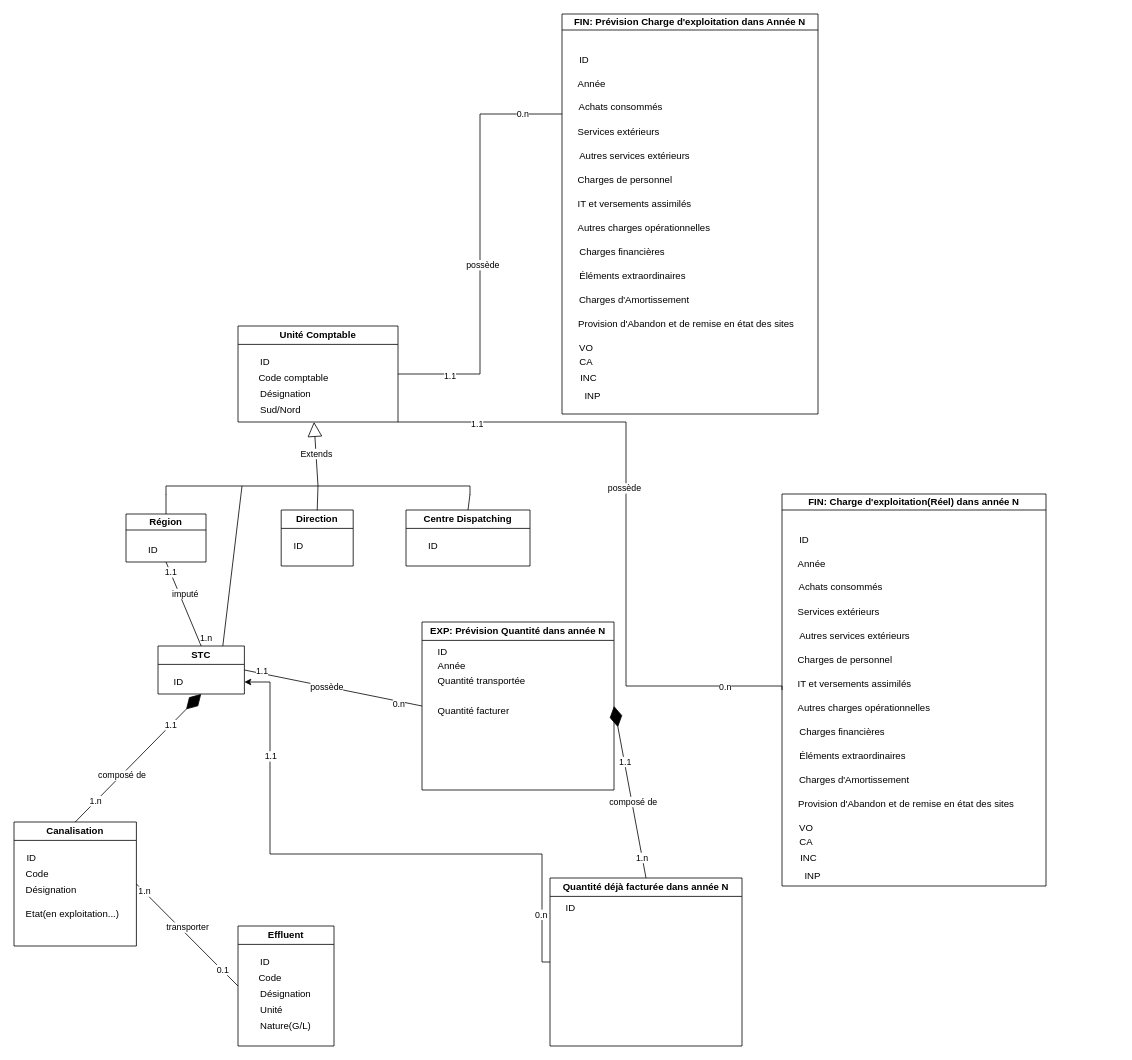
This is Diagramme de class Tarification.drawio.xml from saddambelabed/Conception, a draw.io file, before an edit. Source tidied: cells renumbered, new cells numbered last; positions are measured from the earlier drawing's top-left corner, leaving out a move shared by most shapes. Both pictures are drawn from the tidied source at 80%, with x=0, y=0 at pixel (14, 14).
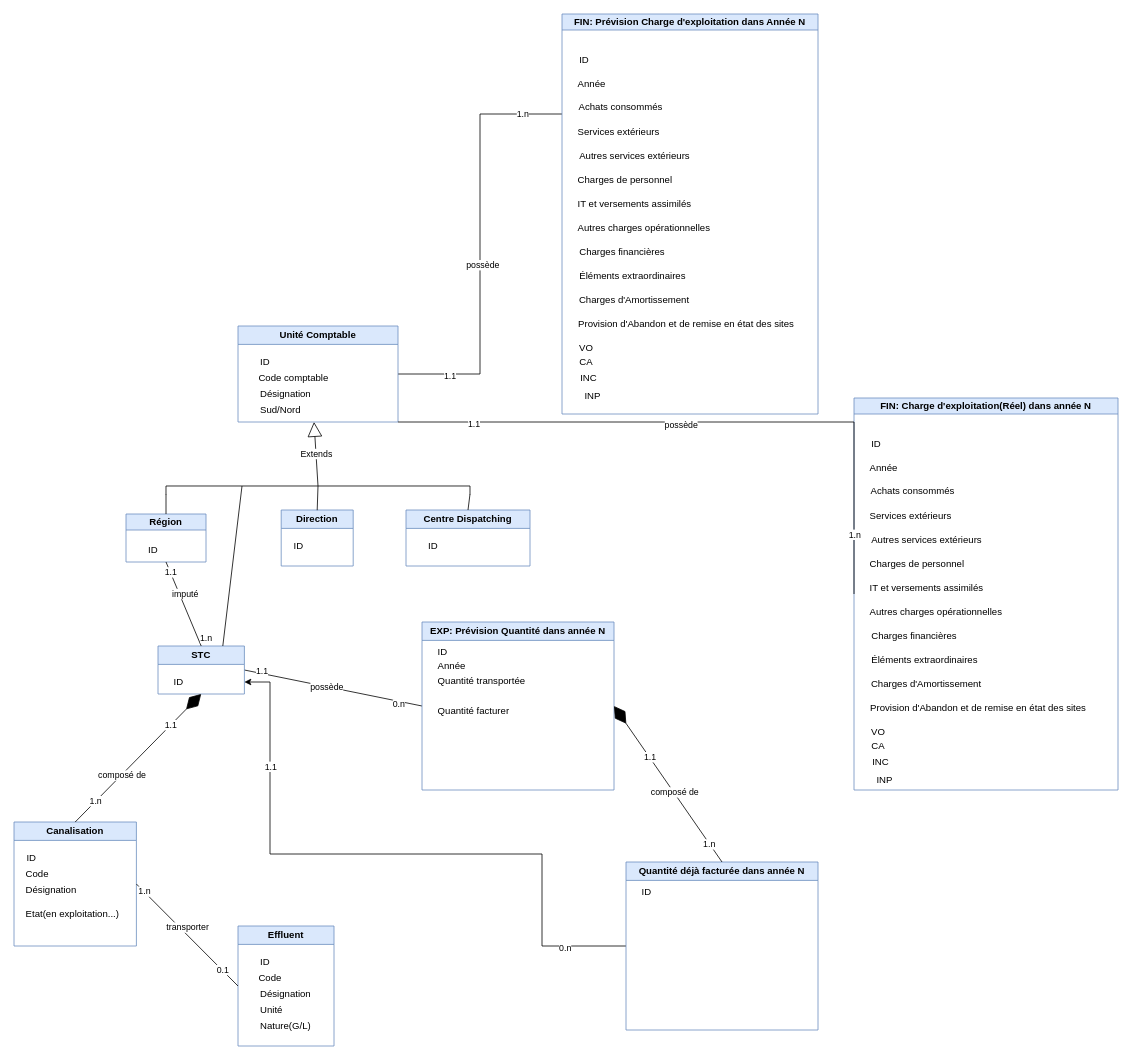
Above is the later version.

Commit message:
Mettre à jour Diagramme de class Tarification.drawio.xml

Unchanged cells that the change refers to:
```xml
<mxCell id="2" style="edgeStyle=orthogonalEdgeStyle;rounded=0;jettySize=auto;html=1;endArrow=none;endFill=0;entryX=0;entryY=0.25;entryDx=0;entryDy=0;" parent="1" edge="1" source="6" target="56">
  <mxGeometry relative="1" as="geometry" />
</mxCell>
```

What changed in the source:
```diff
@@
-    <mxCell id="4" value="0.n" style="edgeLabel;html=1;align=center;verticalAlign=middle;" parent="2" vertex="1">
+    <mxCell id="4" value="1.n" style="edgeLabel;html=1;align=center;verticalAlign=middle;" parent="2" vertex="1">
       <mxGeometry x="0.81" relative="1" as="geometry" />
     </mxCell>
@@
-    <mxCell id="6" value="Unité Comptable" style="swimlane;whiteSpace=wrap;html=1;" parent="1" vertex="1">
+    <mxCell id="6" value="Unité Comptable" style="swimlane;whiteSpace=wrap;html=1;fillColor=#dae8fc;strokeColor=#6c8ebf;" parent="1" vertex="1">
       <mxGeometry x="280" y="390" width="200" height="120" as="geometry" />
     </mxCell>
@@
-    <mxCell id="16" value="STC" style="swimlane;whiteSpace=wrap;html=1;" parent="1" vertex="1">
+    <mxCell id="16" value="STC" style="swimlane;whiteSpace=wrap;html=1;fillColor=#dae8fc;strokeColor=#6c8ebf;" parent="1" vertex="1">
       <mxGeometry x="180" y="790" width="108" height="60" as="geometry" />
     </mxCell>
@@
-    <mxCell id="18" value="Canalisation" style="swimlane;whiteSpace=wrap;html=1;" parent="1" vertex="1">
+    <mxCell id="18" value="Canalisation" style="swimlane;whiteSpace=wrap;html=1;fillColor=#dae8fc;strokeColor=#6c8ebf;" parent="1" vertex="1">
       <mxGeometry y="1010" width="153" height="155" as="geometry" />
     </mxCell>
@@
-    <mxCell id="23" value="Effluent" style="swimlane;whiteSpace=wrap;html=1;" parent="1" vertex="1">
+    <mxCell id="23" value="Effluent" style="swimlane;whiteSpace=wrap;html=1;fillColor=#dae8fc;strokeColor=#6c8ebf;" parent="1" vertex="1">
       <mxGeometry x="280" y="1140" width="120" height="150" as="geometry" />
     </mxCell>
@@
-    <mxCell id="29" value="Région" style="swimlane;whiteSpace=wrap;html=1;startSize=20;" parent="1" vertex="1">
+    <mxCell id="29" value="Région" style="swimlane;whiteSpace=wrap;html=1;startSize=20;fillColor=#dae8fc;strokeColor=#6c8ebf;" parent="1" vertex="1">
       <mxGeometry x="140" y="625" width="100" height="60" as="geometry" />
     </mxCell>
@@
-    <mxCell id="31" value="Centre Dispatching" style="swimlane;whiteSpace=wrap;html=1;" parent="1" vertex="1">
+    <mxCell id="31" value="Centre Dispatching" style="swimlane;whiteSpace=wrap;html=1;fillColor=#dae8fc;strokeColor=#6c8ebf;" parent="1" vertex="1">
       <mxGeometry x="490" y="620" width="155" height="70" as="geometry" />
     </mxCell>
@@
-    <mxCell id="33" value="Direction" style="swimlane;whiteSpace=wrap;html=1;" parent="1" vertex="1">
+    <mxCell id="33" value="Direction" style="swimlane;whiteSpace=wrap;html=1;fillColor=#dae8fc;strokeColor=#6c8ebf;" parent="1" vertex="1">
       <mxGeometry x="334" y="620" width="90" height="70" as="geometry" />
     </mxCell>
@@
-    <mxCell id="51" value="EXP: Prévision Quantité dans année N" style="swimlane;whiteSpace=wrap;html=1;startSize=23;" parent="1" vertex="1">
+    <mxCell id="51" value="EXP: Prévision Quantité dans année N" style="swimlane;whiteSpace=wrap;html=1;startSize=23;fillColor=#dae8fc;strokeColor=#6c8ebf;" parent="1" vertex="1">
       <mxGeometry x="510" y="760" width="240" height="210" as="geometry" />
     </mxCell>
@@
-    <mxCell id="56" value="FIN: Prévision Charge d'exploitation dans Année N" style="swimlane;whiteSpace=wrap;html=1;startSize=20;" parent="1" vertex="1">
+    <mxCell id="56" value="FIN: Prévision Charge d'exploitation dans Année N" style="swimlane;whiteSpace=wrap;html=1;startSize=20;fillColor=#dae8fc;strokeColor=#6c8ebf;" parent="1" vertex="1">
       <mxGeometry x="685" width="320" height="500" as="geometry" />
     </mxCell>
@@
-    <mxCell id="76" value="&lt;span style=&quot;text-align: left;&quot;&gt;Quantité déjà&amp;nbsp;facturée&amp;nbsp;&lt;/span&gt;dans année N" style="swimlane;whiteSpace=wrap;html=1;startSize=23;" parent="1" vertex="1">
-      <mxGeometry x="670" y="1080" width="240" height="210" as="geometry" />
+    <mxCell id="76" value="&lt;span style=&quot;text-align: left;&quot;&gt;Quantité déjà&amp;nbsp;facturée&amp;nbsp;&lt;/span&gt;dans année N" style="swimlane;whiteSpace=wrap;html=1;startSize=23;fillColor=#dae8fc;strokeColor=#6c8ebf;" parent="1" vertex="1">
+      <mxGeometry x="765" y="1060" width="240" height="210" as="geometry" />
     </mxCell>
@@
-    <mxCell id="78" value="FIN: Charge d'exploitation(Réel) dans année N" style="swimlane;whiteSpace=wrap;html=1;startSize=20;" parent="1" vertex="1">
-      <mxGeometry x="960" y="600" width="330" height="490" as="geometry" />
+    <mxCell id="78" value="FIN: Charge d'exploitation(Réel) dans année N" style="swimlane;whiteSpace=wrap;html=1;startSize=20;fillColor=#dae8fc;strokeColor=#6c8ebf;" parent="1" vertex="1">
+      <mxGeometry x="1050" y="480" width="330" height="490" as="geometry" />
     </mxCell>
@@
     <mxCell id="95" style="edgeStyle=orthogonalEdgeStyle;rounded=0;jettySize=auto;html=1;endArrow=none;endFill=0;entryX=0;entryY=0.5;entryDx=0;entryDy=0;exitX=1;exitY=1;exitDx=0;exitDy=0;" parent="1" edge="1" source="6" target="78">
       <mxGeometry relative="1" as="geometry">
         <Array as="points">
-          <mxPoint x="765" y="510" />
-          <mxPoint x="765" y="840" />
+          <mxPoint x="1050" y="510" />
         </Array>
       </mxGeometry>
     </mxCell>
@@
-    <mxCell id="97" value="0.n" style="edgeLabel;html=1;align=center;verticalAlign=middle;" parent="95" vertex="1">
+    <mxCell id="97" value="1.n" style="edgeLabel;html=1;align=center;verticalAlign=middle;" parent="95" vertex="1">
       <mxGeometry x="0.81" relative="1" as="geometry" />
     </mxCell>
```
